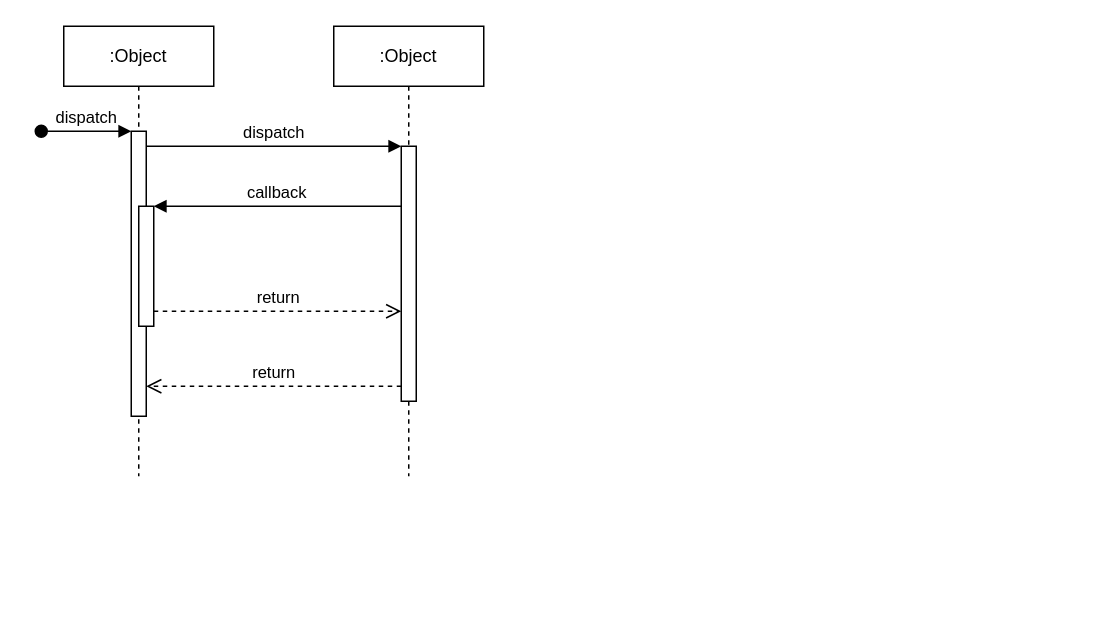
Earlier version of the draw.io diagram Untitled Diagram.drawio (obara501/GambleAware). Source tidied: cells renumbered, new cells numbered last; positions are measured from the earlier drawing's top-left corner, leaving out a move shared by most shapes. Both pictures are drawn from the tidied source at 150%, with x=0, y=0 at pixel (40, 26).
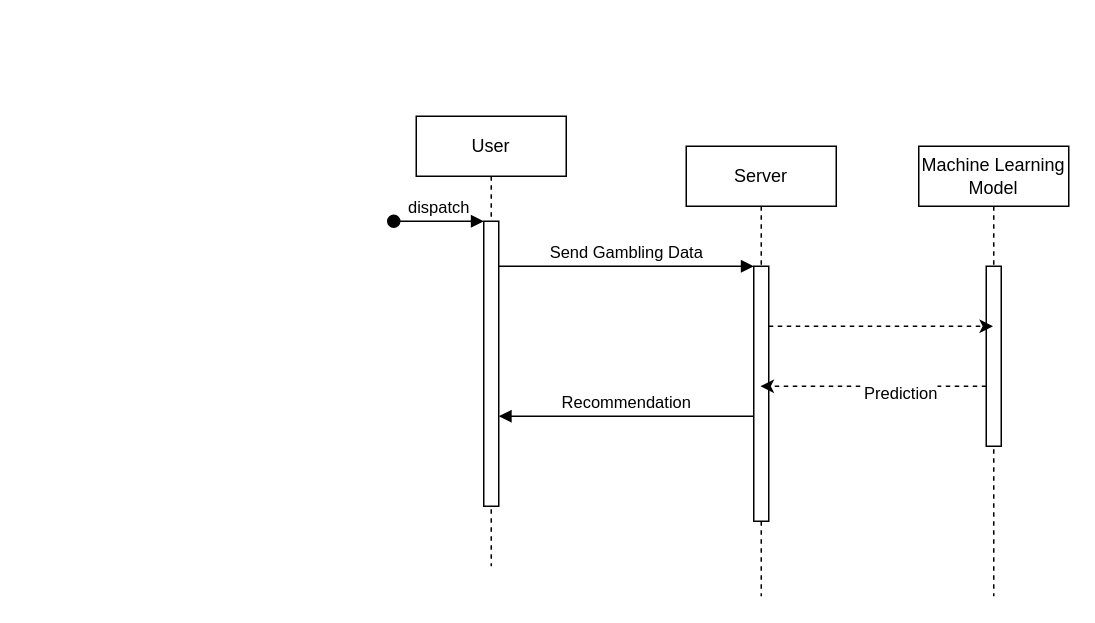
The same page after the edit.

The change refers to these unchanged cells:
```xml
<mxCell id="3" style="html=1;points=[];perimeter=orthogonalPerimeter;outlineConnect=0;targetShapes=umlLifeline;portConstraint=eastwest;newEdgeStyle={&quot;edgeStyle&quot;:&quot;elbowEdgeStyle&quot;,&quot;elbow&quot;:&quot;vertical&quot;,&quot;curved&quot;:0,&quot;rounded&quot;:0};" parent="2" vertex="1">
  <mxGeometry x="45" y="70" width="10" height="190" as="geometry" />
</mxCell>
<mxCell id="7" style="html=1;points=[];perimeter=orthogonalPerimeter;outlineConnect=0;targetShapes=umlLifeline;portConstraint=eastwest;newEdgeStyle={&quot;edgeStyle&quot;:&quot;elbowEdgeStyle&quot;,&quot;elbow&quot;:&quot;vertical&quot;,&quot;curved&quot;:0,&quot;rounded&quot;:0};" parent="6" vertex="1">
  <mxGeometry x="45" y="80" width="10" height="170" as="geometry" />
</mxCell>
```

What changed in the source:
```diff
@@
-    <mxCell id="2" value=":Object" style="shape=umlLifeline;perimeter=lifelinePerimeter;whiteSpace=wrap;html=1;newEdgeStyle={&quot;edgeStyle&quot;:&quot;elbowEdgeStyle&quot;,&quot;elbow&quot;:&quot;vertical&quot;,&quot;curved&quot;:0,&quot;rounded&quot;:0};" parent="1" vertex="1">
-      <mxGeometry x="15" width="100" height="300" as="geometry" />
+    <mxCell id="2" value="User" style="shape=umlLifeline;perimeter=lifelinePerimeter;whiteSpace=wrap;html=1;newEdgeStyle={&quot;edgeStyle&quot;:&quot;elbowEdgeStyle&quot;,&quot;elbow&quot;:&quot;vertical&quot;,&quot;curved&quot;:0,&quot;rounded&quot;:0};size=40;" parent="1" vertex="1">
+      <mxGeometry x="250" y="60" width="100" height="300" as="geometry" />
     </mxCell>
@@
-    <mxCell id="5" style="html=1;points=[];perimeter=orthogonalPerimeter;outlineConnect=0;targetShapes=umlLifeline;portConstraint=eastwest;newEdgeStyle={&quot;edgeStyle&quot;:&quot;elbowEdgeStyle&quot;,&quot;elbow&quot;:&quot;vertical&quot;,&quot;curved&quot;:0,&quot;rounded&quot;:0};" parent="2" vertex="1">
-      <mxGeometry x="50" y="120" width="10" height="80" as="geometry" />
-    </mxCell>
-    <mxCell id="6" value=":Object" style="shape=umlLifeline;perimeter=lifelinePerimeter;whiteSpace=wrap;html=1;outlineConnect=0;portConstraint=eastwest;newEdgeStyle={&quot;edgeStyle&quot;:&quot;elbowEdgeStyle&quot;,&quot;elbow&quot;:&quot;vertical&quot;,&quot;curved&quot;:0,&quot;rounded&quot;:0};" parent="1" vertex="1">
-      <mxGeometry x="195" width="100" height="300" as="geometry" />
+    <mxCell id="6" value="Server" style="shape=umlLifeline;perimeter=lifelinePerimeter;whiteSpace=wrap;html=1;outlineConnect=0;portConstraint=eastwest;newEdgeStyle={&quot;edgeStyle&quot;:&quot;elbowEdgeStyle&quot;,&quot;elbow&quot;:&quot;vertical&quot;,&quot;curved&quot;:0,&quot;rounded&quot;:0};" parent="1" vertex="1">
+      <mxGeometry x="430" y="80" width="100" height="300" as="geometry" />
     </mxCell>
@@
-    <mxCell id="8" value="dispatch" style="html=1;verticalAlign=bottom;endArrow=block;edgeStyle=elbowEdgeStyle;elbow=vertical;curved=0;rounded=0;" parent="1" edge="1" source="3" target="7">
+    <mxCell id="8" value="Send Gambling Data" style="html=1;verticalAlign=bottom;endArrow=block;edgeStyle=elbowEdgeStyle;elbow=vertical;curved=0;rounded=0;" parent="1" edge="1" source="3" target="7">
       <mxGeometry relative="1" as="geometry">
         <Array as="points">
-          <mxPoint x="155" y="80" />
+          <mxPoint x="390" y="160" />
         </Array>
       </mxGeometry>
     </mxCell>
-    <mxCell id="9" value="return" style="html=1;verticalAlign=bottom;endArrow=open;dashed=1;endSize=8;edgeStyle=elbowEdgeStyle;elbow=vertical;curved=0;rounded=0;" parent="1" edge="1" source="7" target="3">
-      <mxGeometry relative="1" as="geometry">
-        <Array as="points">
-          <mxPoint x="165" y="240" />
-        </Array>
-      </mxGeometry>
-    </mxCell>
-    <mxCell id="10" value="callback" style="html=1;verticalAlign=bottom;endArrow=block;edgeStyle=elbowEdgeStyle;elbow=vertical;curved=0;rounded=0;" parent="1" edge="1" source="7" target="5">
+    <mxCell id="10" value="Recommendation" style="html=1;verticalAlign=bottom;endArrow=block;edgeStyle=elbowEdgeStyle;elbow=vertical;curved=0;rounded=0;" parent="1" edge="1" source="7" target="3">
       <mxGeometry relative="1" as="geometry">
         <Array as="points">
-          <mxPoint x="165" y="120" />
+          <mxPoint x="405" y="260" />
+          <mxPoint x="400" y="200" />
         </Array>
       </mxGeometry>
     </mxCell>
-    <mxCell id="11" value="return" style="html=1;verticalAlign=bottom;endArrow=open;dashed=1;endSize=8;edgeStyle=elbowEdgeStyle;elbow=vertical;curved=0;rounded=0;" parent="1" edge="1" source="5" target="7">
-      <mxGeometry relative="1" as="geometry">
-        <Array as="points">
-          <mxPoint x="155" y="190" />
-        </Array>
-      </mxGeometry>
-    </mxCell>
+    <mxCell id="12" value="Machine Learning Model" style="shape=umlLifeline;perimeter=lifelinePerimeter;whiteSpace=wrap;html=1;outlineConnect=0;portConstraint=eastwest;newEdgeStyle={&quot;edgeStyle&quot;:&quot;elbowEdgeStyle&quot;,&quot;elbow&quot;:&quot;vertical&quot;,&quot;curved&quot;:0,&quot;rounded&quot;:0};" parent="1" vertex="1">
+      <mxGeometry x="585" y="80" width="100" height="300" as="geometry" />
+    </mxCell>
+    <mxCell id="13" style="html=1;points=[];perimeter=orthogonalPerimeter;outlineConnect=0;targetShapes=umlLifeline;portConstraint=eastwest;newEdgeStyle={&quot;edgeStyle&quot;:&quot;elbowEdgeStyle&quot;,&quot;elbow&quot;:&quot;vertical&quot;,&quot;curved&quot;:0,&quot;rounded&quot;:0};" parent="12" vertex="1">
+      <mxGeometry x="45" y="80" width="10" height="120" as="geometry" />
+    </mxCell>
+    <mxCell id="14" style="edgeStyle=elbowEdgeStyle;rounded=0;jettySize=auto;html=1;elbow=vertical;curved=0;dashed=1;" parent="1" edge="1" source="7" target="12">
+      <mxGeometry relative="1" as="geometry">
+        <Array as="points">
+          <mxPoint x="565" y="200" />
+        </Array>
+      </mxGeometry>
+    </mxCell>
+    <mxCell id="15" style="edgeStyle=elbowEdgeStyle;rounded=0;jettySize=auto;html=1;elbow=vertical;curved=0;dashed=1;" parent="1" edge="1" source="13" target="6">
+      <mxGeometry relative="1" as="geometry">
+        <Array as="points">
+          <mxPoint x="595" y="240" />
+        </Array>
+      </mxGeometry>
+    </mxCell>
+    <mxCell id="16" value="Prediction" style="edgeLabel;html=1;align=center;verticalAlign=middle;" parent="15" vertex="1">
+      <mxGeometry x="-0.23" y="4" relative="1" as="geometry" />
+    </mxCell>
```
